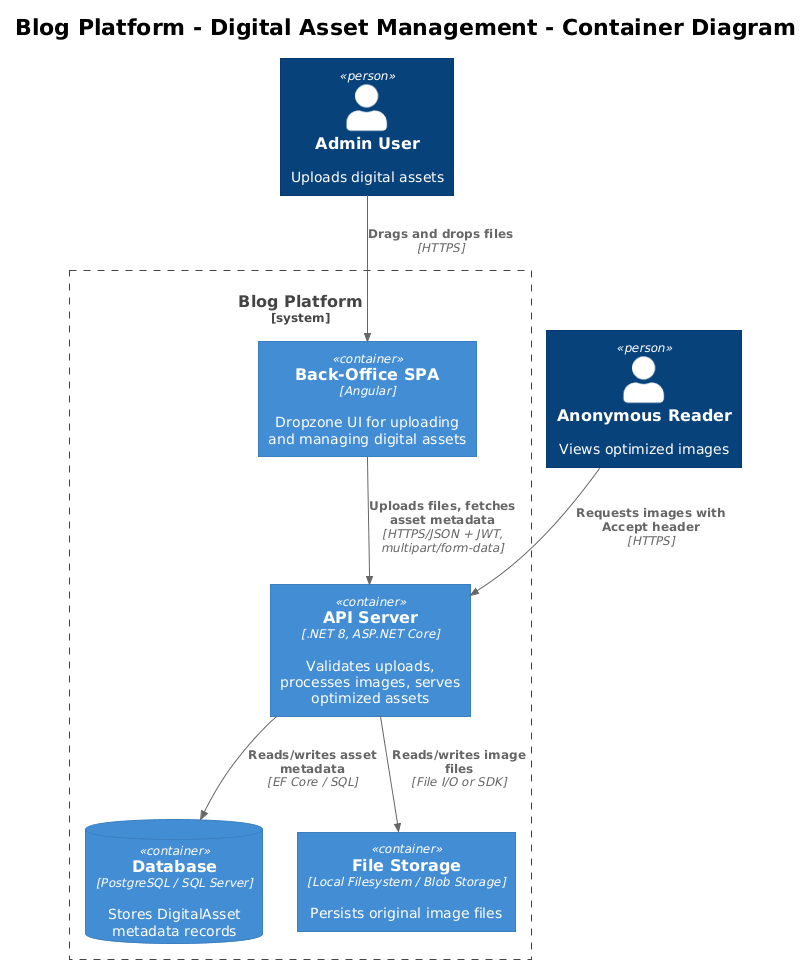
Before: docs/detailed-designs/04-digital-asset-management/diagrams/c4_container.png, a diagram exported from PlantUML (QuinntyneBrown/Blog). The source it was exported from:
```plantuml
@startuml
!theme plain
!include <C4/C4_Container>

title Blog Platform - Digital Asset Management - Container Diagram

Person(admin, "Admin User", "Uploads digital assets")
Person(reader, "Anonymous Reader", "Views optimized images")

System_Boundary(blog, "Blog Platform") {
    Container(spa, "Back-Office SPA", "Angular", "Dropzone UI for uploading and managing digital assets")
    Container(api, "API Server", ".NET 8, ASP.NET Core", "Validates uploads, processes images, serves optimized assets")
    ContainerDb(db, "Database", "PostgreSQL / SQL Server", "Stores DigitalAsset metadata records")
    Container(storage, "File Storage", "Local Filesystem / Blob Storage", "Persists original image files")
}

Rel(admin, spa, "Drags and drops files", "HTTPS")
Rel(reader, api, "Requests images with Accept header", "HTTPS")
Rel(spa, api, "Uploads files, fetches asset metadata", "HTTPS/JSON + JWT, multipart/form-data")
Rel(api, db, "Reads/writes asset metadata", "EF Core / SQL")
Rel(api, storage, "Reads/writes image files", "File I/O or SDK")
@enduml
```
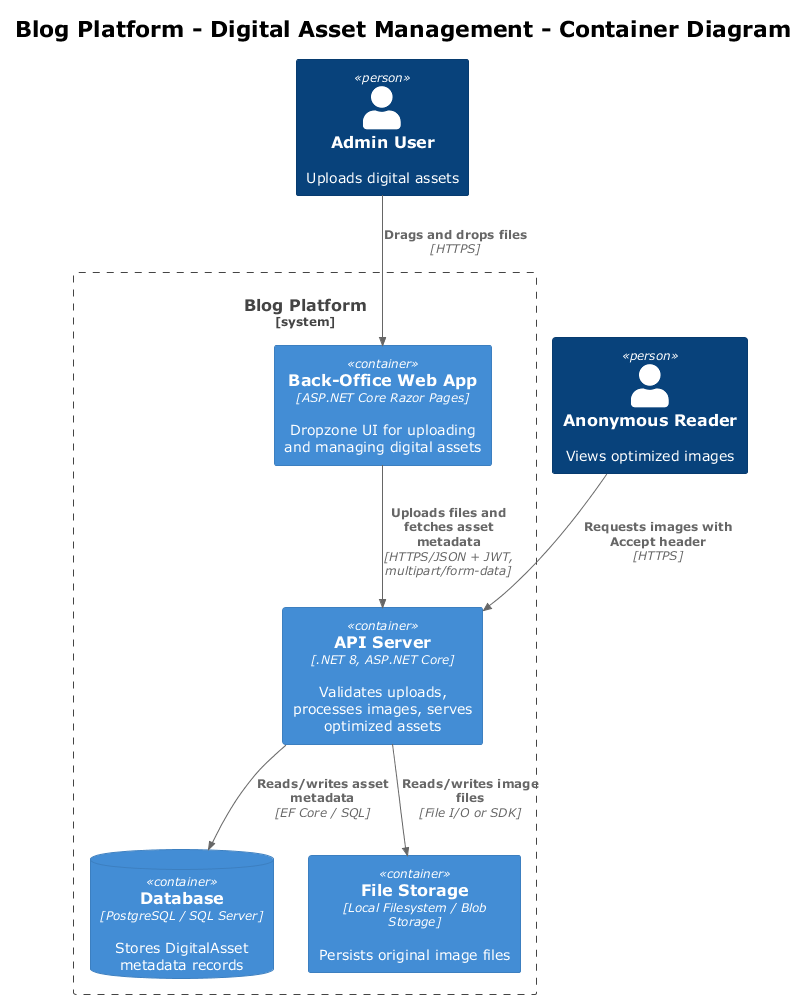
Above is the later version.

Diff of the diagram source:
```diff
@@ -1,4 +1,4 @@
-@startuml
+@startuml c4_container
 !theme plain
 !include <C4/C4_Container>
 
@@ -8,15 +8,16 @@
 Person(reader, "Anonymous Reader", "Views optimized images")
 
 System_Boundary(blog, "Blog Platform") {
-    Container(spa, "Back-Office SPA", "Angular", "Dropzone UI for uploading and managing digital assets")
+    Container(web, "Back-Office Web App", "ASP.NET Core Razor Pages", "Dropzone UI for uploading and managing digital assets")
     Container(api, "API Server", ".NET 8, ASP.NET Core", "Validates uploads, processes images, serves optimized assets")
     ContainerDb(db, "Database", "PostgreSQL / SQL Server", "Stores DigitalAsset metadata records")
     Container(storage, "File Storage", "Local Filesystem / Blob Storage", "Persists original image files")
 }
 
-Rel(admin, spa, "Drags and drops files", "HTTPS")
+Rel(admin, web, "Drags and drops files", "HTTPS")
 Rel(reader, api, "Requests images with Accept header", "HTTPS")
-Rel(spa, api, "Uploads files, fetches asset metadata", "HTTPS/JSON + JWT, multipart/form-data")
+Rel(web, api, "Uploads files and fetches asset metadata", "HTTPS/JSON + JWT, multipart/form-data")
 Rel(api, db, "Reads/writes asset metadata", "EF Core / SQL")
 Rel(api, storage, "Reads/writes image files", "File I/O or SDK")
+
 @enduml
```
